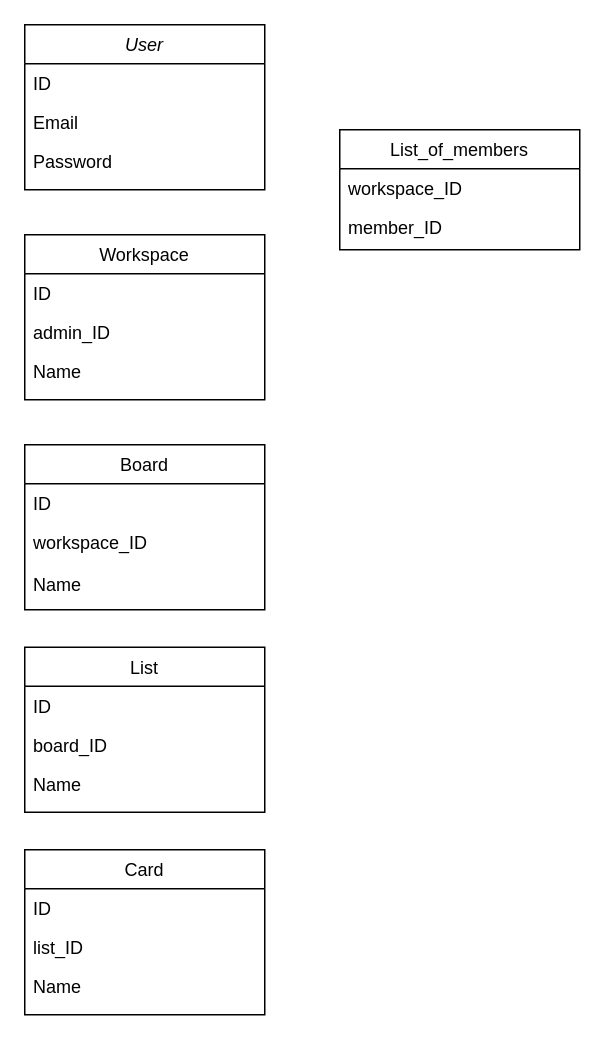
The draw.io diagram Untitled Diagram.drawio in Trello-Foxtrot/Trello_backend, before the edit. Source tidied: cells renumbered, new cells numbered last; positions are measured from the earlier drawing's top-left corner, leaving out a move shared by most shapes. Both pictures are drawn from the tidied source at 150%, with x=0, y=0 at pixel (24, 24).
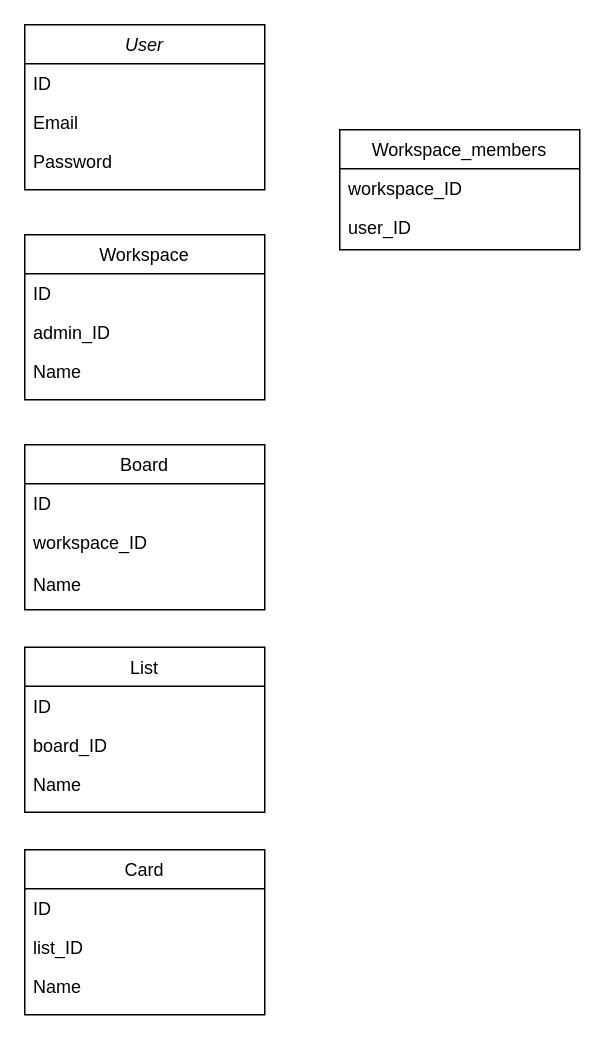
After the change.

Change to the diagram source:
```diff
@@
-    <mxCell id="22" value="List_of_members" style="swimlane;fontStyle=0;align=center;verticalAlign=top;horizontal=1;startSize=26;rounded=0;shadow=0;strokeWidth=1;" parent="1" vertex="1">
+    <mxCell id="22" value="Workspace_members" style="swimlane;fontStyle=0;align=center;verticalAlign=top;horizontal=1;startSize=26;rounded=0;shadow=0;strokeWidth=1;" parent="1" vertex="1">
       <mxGeometry x="210" y="70" width="160" height="80" as="geometry" />
     </mxCell>
@@
-    <mxCell id="24" value="member_ID" style="text;align=left;verticalAlign=top;spacingLeft=4;spacingRight=4;overflow=hidden;" parent="22" vertex="1">
+    <mxCell id="24" value="user_ID" style="text;align=left;verticalAlign=top;spacingLeft=4;spacingRight=4;overflow=hidden;" parent="22" vertex="1">
       <mxGeometry y="52" width="160" height="26" as="geometry" />
     </mxCell>
```
